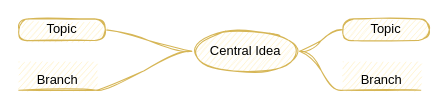
Before: page "observability" (1 of 2) of OpenTelemetry/OpenTelemetry.drawio in bostjanspar/MyDrawStuff, a draw.io diagram. Source tidied: cells renumbered, new cells numbered last; positions are measured from the earlier drawing's top-left corner, leaving out a move shared by most shapes. Both pictures are drawn from the tidied source at 108%, with x=0, y=0 at pixel (18, 18).
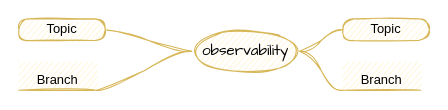
The same diagram, later.

What changed in the source:
```diff
@@
 <mxGraphModel>
   <root>
     <mxCell id="0" />
     <mxCell id="1" parent="0" />
     <mxCell id="2" style="edgeStyle=entityRelationEdgeStyle;startArrow=none;endArrow=none;segment=10;curved=1;shadow=0;sketch=1;fillColor=#fff2cc;strokeColor=#d6b656;" parent="1" edge="1" source="6" target="7">
       <mxGeometry relative="1" as="geometry" />
     </mxCell>
     <mxCell id="3" style="edgeStyle=entityRelationEdgeStyle;startArrow=none;endArrow=none;segment=10;curved=1;shadow=0;sketch=1;fillColor=#fff2cc;strokeColor=#d6b656;" parent="1" edge="1" source="6" target="8">
       <mxGeometry relative="1" as="geometry" />
     </mxCell>
     <mxCell id="4" style="edgeStyle=entityRelationEdgeStyle;startArrow=none;endArrow=none;segment=10;curved=1;shadow=0;sketch=1;fillColor=#fff2cc;strokeColor=#d6b656;" parent="1" edge="1" source="6" target="9">
       <mxGeometry relative="1" as="geometry" />
     </mxCell>
     <mxCell id="5" style="edgeStyle=entityRelationEdgeStyle;startArrow=none;endArrow=none;segment=10;curved=1;shadow=0;sketch=1;fillColor=#fff2cc;strokeColor=#d6b656;" parent="1" edge="1" source="6" target="10">
       <mxGeometry relative="1" as="geometry" />
     </mxCell>
-    <mxCell id="6" value="Central Idea" style="ellipse;whiteSpace=wrap;html=1;align=center;newEdgeStyle={&quot;edgeStyle&quot;:&quot;entityRelationEdgeStyle&quot;,&quot;startArrow&quot;:&quot;none&quot;,&quot;endArrow&quot;:&quot;none&quot;,&quot;segment&quot;:10,&quot;curved&quot;:1};shadow=0;sketch=1;fillColor=#fff2cc;strokeColor=#d6b656;" parent="1" vertex="1">
+    <mxCell id="6" value="observability" style="ellipse;whiteSpace=wrap;html=1;align=center;newEdgeStyle={&quot;edgeStyle&quot;:&quot;entityRelationEdgeStyle&quot;,&quot;startArrow&quot;:&quot;none&quot;,&quot;endArrow&quot;:&quot;none&quot;,&quot;segment&quot;:10,&quot;curved&quot;:1};shadow=0;sketch=1;fillColor=#fff2cc;strokeColor=#d6b656;fontFamily=Comic Sans MS;fontSize=14;" parent="1" vertex="1">
       <mxGeometry x="160" y="10" width="100" height="40" as="geometry" />
     </mxCell>
     <mxCell id="7" value="Topic" style="whiteSpace=wrap;html=1;rounded=1;arcSize=50;align=center;verticalAlign=middle;strokeWidth=1;spacing=4;newEdgeStyle={&quot;edgeStyle&quot;:&quot;entityRelationEdgeStyle&quot;,&quot;startArrow&quot;:&quot;none&quot;,&quot;endArrow&quot;:&quot;none&quot;,&quot;segment&quot;:10,&quot;curved&quot;:1};shadow=0;sketch=1;fillColor=#fff2cc;strokeColor=#d6b656;" parent="1" vertex="1">
       <mxGeometry x="300" width="80" height="20" as="geometry" />
     </mxCell>
     <mxCell id="8" value="Branch" style="whiteSpace=wrap;html=1;shape=partialRectangle;top=0;left=0;bottom=1;right=0;points=[[0,1],[1,1]];fillColor=#fff2cc;align=center;verticalAlign=bottom;routingCenterY=0.5;snapToPoint=1;newEdgeStyle={&quot;edgeStyle&quot;:&quot;entityRelationEdgeStyle&quot;,&quot;startArrow&quot;:&quot;none&quot;,&quot;endArrow&quot;:&quot;none&quot;,&quot;segment&quot;:10,&quot;curved&quot;:1};shadow=0;sketch=1;strokeColor=#d6b656;" parent="1" vertex="1">
       <mxGeometry x="300" y="40" width="72" height="26" as="geometry" />
     </mxCell>
     <mxCell id="9" value="Topic" style="whiteSpace=wrap;html=1;rounded=1;arcSize=50;align=center;verticalAlign=middle;strokeWidth=1;spacing=4;newEdgeStyle={&quot;edgeStyle&quot;:&quot;entityRelationEdgeStyle&quot;,&quot;startArrow&quot;:&quot;none&quot;,&quot;endArrow&quot;:&quot;none&quot;,&quot;segment&quot;:10,&quot;curved&quot;:1};shadow=0;sketch=1;fillColor=#fff2cc;strokeColor=#d6b656;" parent="1" vertex="1">
       <mxGeometry width="80" height="20" as="geometry" />
     </mxCell>
     <mxCell id="10" value="Branch" style="whiteSpace=wrap;html=1;shape=partialRectangle;top=0;left=0;bottom=1;right=0;points=[[0,1],[1,1]];fillColor=#fff2cc;align=center;verticalAlign=bottom;routingCenterY=0.5;snapToPoint=1;newEdgeStyle={&quot;edgeStyle&quot;:&quot;entityRelationEdgeStyle&quot;,&quot;startArrow&quot;:&quot;none&quot;,&quot;endArrow&quot;:&quot;none&quot;,&quot;segment&quot;:10,&quot;curved&quot;:1};shadow=0;sketch=1;strokeColor=#d6b656;" parent="1" vertex="1">
       <mxGeometry y="40" width="72" height="26" as="geometry" />
     </mxCell>
   </root>
 </mxGraphModel>
```
